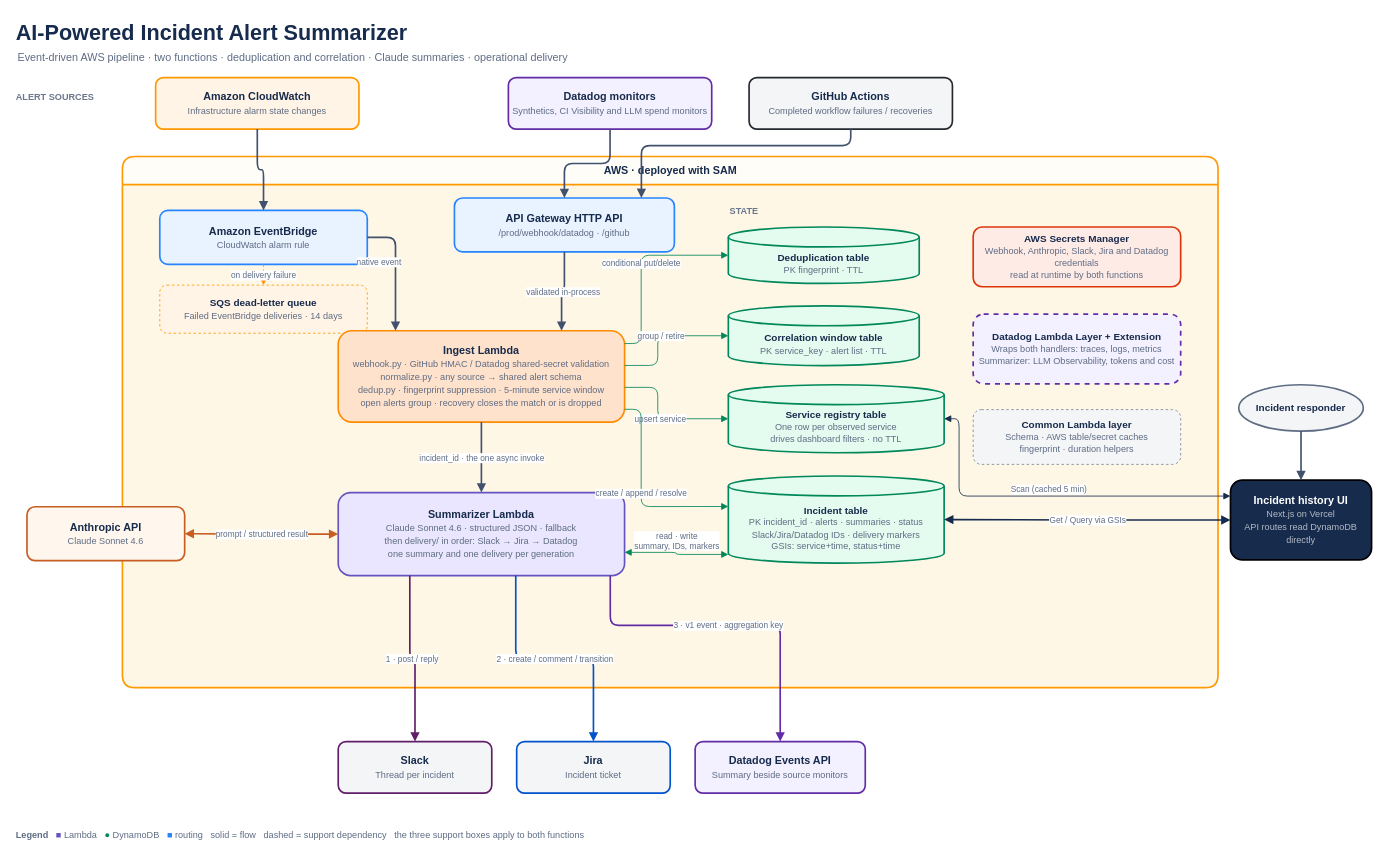
The draw.io diagram docs/architecture.drawio in snacksnack/ai-incident-summarizer, before the edit. Source tidied: cells renumbered, new cells numbered last; positions are measured from the earlier drawing's top-left corner, leaving out a move shared by most shapes. Both pictures are drawn from the tidied source at 83%, with x=0, y=0 at pixel (14, 14).
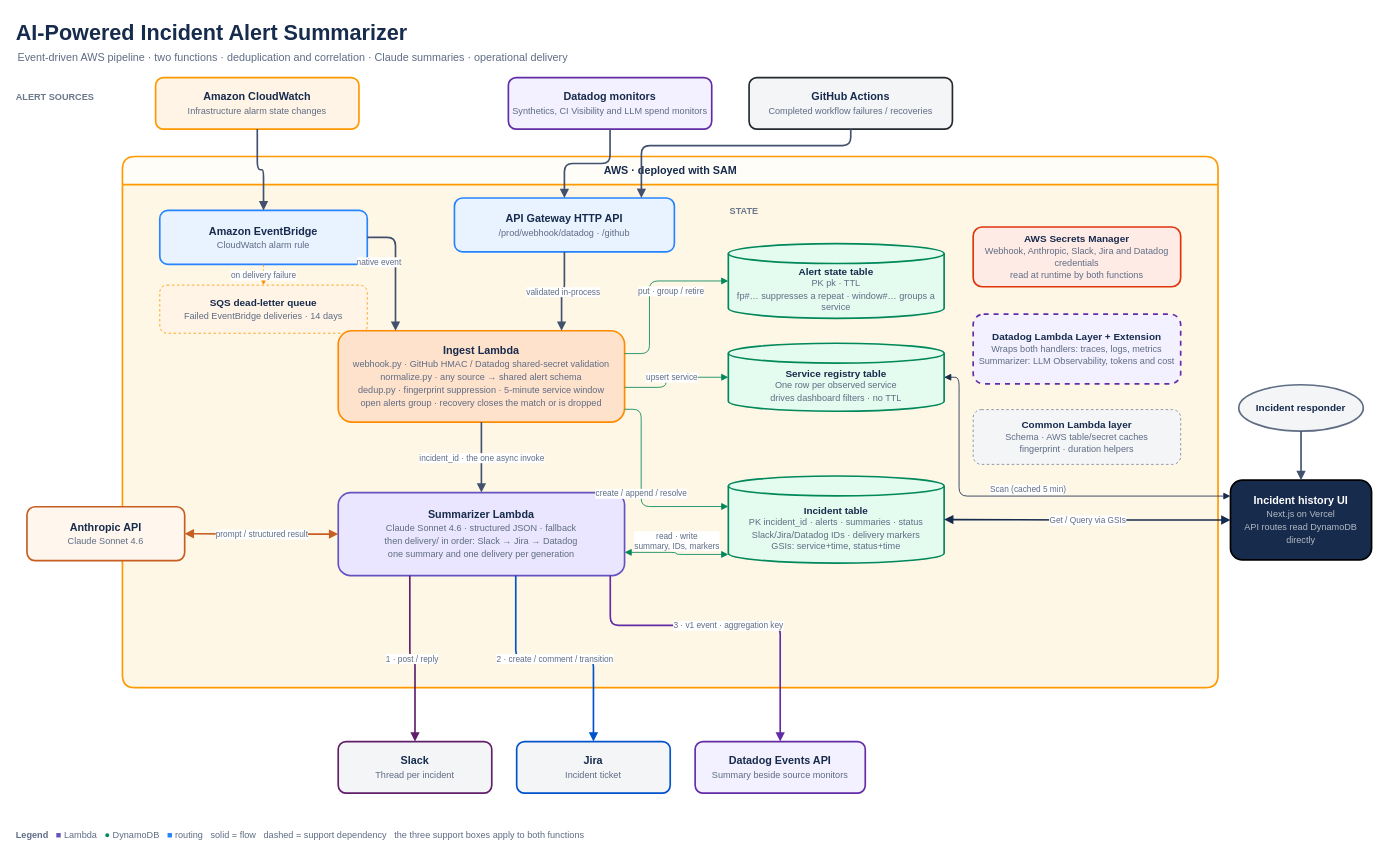
The same page after the edit.

Commit message (it also covers changes not shown here):
RC1-432: one TTL-gated table for fingerprints and windows

The change refers to these unchanged cells:
```xml
<mxCell id="12" value="&lt;b&gt;Ingest Lambda&lt;/b&gt;&lt;br&gt;&lt;font style=&quot;font-size:11px;color:#5E6C84&quot;&gt;webhook.py · GitHub HMAC / Datadog shared-secret validation&lt;br&gt;normalize.py · any source → shared alert schema&lt;br&gt;dedup.py · fingerprint suppression · 5-minute service window&lt;br&gt;open alerts group · recovery closes the match or is dropped&lt;/font&gt;" style="rounded=1;whiteSpace=wrap;html=1;fillColor=#FFE2CC;strokeColor=#FF8B00;strokeWidth=2;fontSize=13;fontColor=#172B4D;" parent="1" vertex="1">
  <mxGeometry x="390" y="381" width="345" height="110" as="geometry" />
</mxCell>
<mxCell id="24" value="&lt;b&gt;Incident history UI&lt;/b&gt;&lt;br&gt;&lt;font style=&quot;font-size:11px;color:#B3BAC5&quot;&gt;Next.js on Vercel&lt;br&gt;API routes read DynamoDB directly&lt;/font&gt;" style="rounded=1;whiteSpace=wrap;html=1;fillColor=#172B4D;strokeColor=#000000;strokeWidth=2;fontSize=13;fontColor=#FFFFFF;" parent="1" vertex="1">
  <mxGeometry x="1465" y="561" width="170" height="96" as="geometry" />
</mxCell>
```

Diff of the diagram source:
```diff
@@
-    <mxCell id="15" value="&lt;b&gt;Deduplication table&lt;/b&gt;&lt;br&gt;&lt;font style=&quot;font-size:11px;color:#5E6C84&quot;&gt;PK fingerprint · TTL&lt;/font&gt;" style="shape=cylinder3;whiteSpace=wrap;html=1;boundedLbl=1;backgroundOutline=1;size=12;fillColor=#E3FCEF;strokeColor=#00875A;strokeWidth=2;fontSize=12;fontColor=#172B4D;" parent="1" vertex="1">
-      <mxGeometry x="860" y="256" width="230" height="68" as="geometry" />
-    </mxCell>
-    <mxCell id="16" value="&lt;b&gt;Correlation window table&lt;/b&gt;&lt;br&gt;&lt;font style=&quot;font-size:11px;color:#5E6C84&quot;&gt;PK service_key · alert list · TTL&lt;/font&gt;" style="shape=cylinder3;whiteSpace=wrap;html=1;boundedLbl=1;backgroundOutline=1;size=12;fillColor=#E3FCEF;strokeColor=#00875A;strokeWidth=2;fontSize=12;fontColor=#172B4D;" parent="1" vertex="1">
-      <mxGeometry x="860" y="351" width="230" height="72" as="geometry" />
-    </mxCell>
+    <mxCell id="48" value="&lt;b&gt;Alert state table&lt;/b&gt;&lt;br&gt;&lt;font style=&quot;font-size:11px;color:#5E6C84&quot;&gt;PK pk · TTL&lt;br&gt;fp#… suppresses a repeat · window#… groups a service&lt;/font&gt;" style="shape=cylinder3;whiteSpace=wrap;html=1;boundedLbl=1;backgroundOutline=1;size=12;fillColor=#E3FCEF;strokeColor=#00875A;strokeWidth=2;fontSize=12;fontColor=#172B4D;" parent="1" vertex="1">
+      <mxGeometry x="860" y="276" width="260" height="90" as="geometry" />
+    </mxCell>
     <mxCell id="17" value="&lt;b&gt;Service registry table&lt;/b&gt;&lt;br&gt;&lt;font style=&quot;font-size:11px;color:#5E6C84&quot;&gt;One row per observed service&lt;br&gt;drives dashboard filters · no TTL&lt;/font&gt;" style="shape=cylinder3;whiteSpace=wrap;html=1;boundedLbl=1;backgroundOutline=1;size=12;fillColor=#E3FCEF;strokeColor=#00875A;strokeWidth=2;fontSize=12;fontColor=#172B4D;" parent="1" vertex="1">
-      <mxGeometry x="860" y="446" width="260" height="82" as="geometry" />
+      <mxGeometry x="860" y="396" width="260" height="82" as="geometry" />
     </mxCell>
@@
-    <mxCell id="36" value="conditional put/delete" style="edgeStyle=orthogonalEdgeStyle;html=1;strokeWidth=1;endArrow=block;endFill=1;strokeColor=#00875A;fontSize=10;fontColor=#5E6C84;exitX=1;exitY=0.14;entryX=0;entryY=0.5;" parent="1" edge="1" source="12" target="15">
-      <mxGeometry relative="1" as="geometry">
-        <Array as="points">
-          <mxPoint x="755" y="396" />
-        </Array>
-      </mxGeometry>
-    </mxCell>
-    <mxCell id="37" value="group / retire" style="edgeStyle=orthogonalEdgeStyle;html=1;strokeWidth=1;endArrow=block;endFill=1;strokeColor=#00875A;fontSize=10;fontColor=#5E6C84;exitX=1;exitY=0.38;entryX=0;entryY=0.5;" parent="1" edge="1" source="12" target="16">
-      <mxGeometry relative="1" as="geometry">
-        <Array as="points">
-          <mxPoint x="775" y="423" />
-        </Array>
-      </mxGeometry>
-    </mxCell>
+    <mxCell id="49" value="put · group / retire" style="edgeStyle=orthogonalEdgeStyle;html=1;strokeWidth=1;endArrow=block;endFill=1;strokeColor=#00875A;fontSize=10;fontColor=#5E6C84;exitX=1;exitY=0.25;entryX=0;entryY=0.5;" parent="1" edge="1" source="12" target="48">
+      <mxGeometry x="0.35" y="-12" relative="1" as="geometry">
+        <Array as="points">
+          <mxPoint x="765" y="408" />
+        </Array>
+      </mxGeometry>
+    </mxCell>
     <mxCell id="38" value="upsert service" style="edgeStyle=orthogonalEdgeStyle;html=1;strokeWidth=1;endArrow=block;endFill=1;strokeColor=#00875A;fontSize=10;fontColor=#5E6C84;exitX=1;exitY=0.62;entryX=0;entryY=0.5;" parent="1" edge="1" source="12" target="17">
       <mxGeometry relative="1" as="geometry">
         <Array as="points">
-          <mxPoint x="775" y="449" />
+          <mxPoint x="785" y="449" />
         </Array>
       </mxGeometry>
     </mxCell>
@@
     <mxCell id="46" value="Scan (cached 5 min)" style="edgeStyle=orthogonalEdgeStyle;html=1;strokeWidth=1;endArrow=block;endFill=1;strokeColor=#172B4D;fontSize=10;fontColor=#5E6C84;startArrow=block;startFill=1;exitX=0;exitY=0.2;entryX=1;entryY=0.5;" parent="1" edge="1" source="24" target="17">
       <mxGeometry relative="1" as="geometry">
         <Array as="points">
           <mxPoint x="1138" y="580" />
+          <mxPoint x="1138" y="437" />
         </Array>
         <mxPoint y="-8" as="offset" />
       </mxGeometry>
     </mxCell>
```
